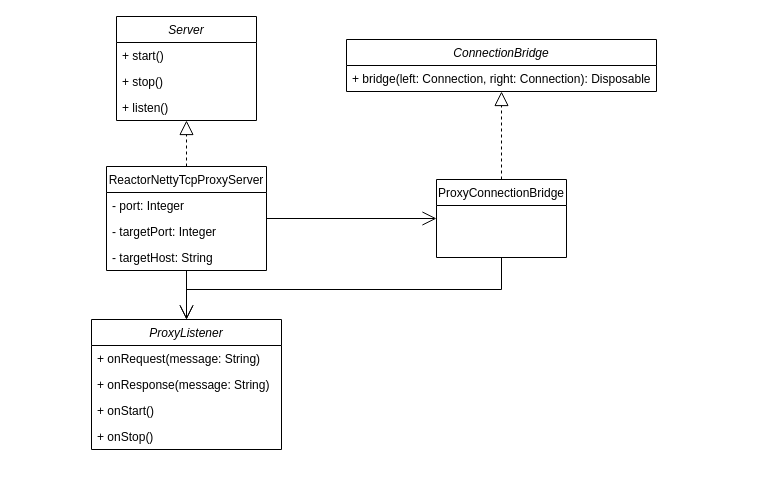
This is src/site/resources/images/proxy_global_classes.drawio from Bernardo-MG/reactor-netty-tcp-proxy-example, a draw.io file, before an edit. Source tidied: cells renumbered, new cells numbered last; positions are measured from the earlier drawing's top-left corner, leaving out a move shared by most shapes. Both pictures are drawn from the tidied source at 100%, with x=0, y=0 at pixel (91, 16).
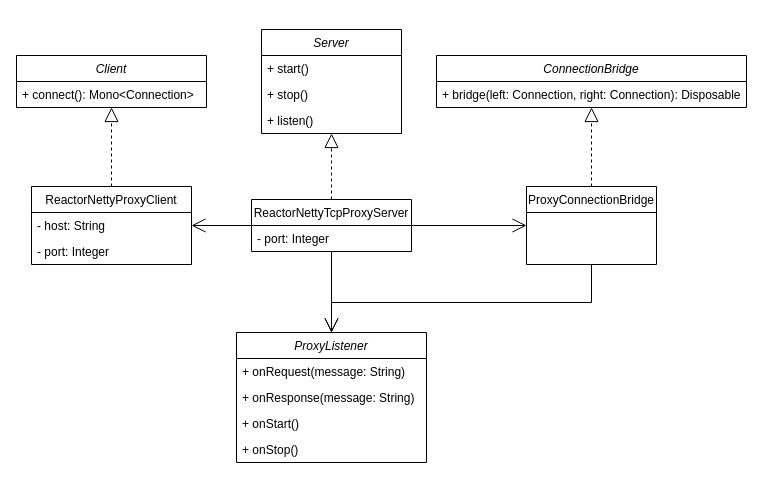
The same diagram, later.

Commit message (it also covers changes not shown here):
Updated server diagram

Change to the diagram source:
```diff
@@
     <mxCell id="2" value="Server" style="swimlane;fontStyle=2;horizontal=1;startSize=26;fillColor=none;" parent="1" vertex="1">
-      <mxGeometry x="25" width="140" height="104" as="geometry" />
+      <mxGeometry x="170" y="13" width="140" height="104" as="geometry" />
     </mxCell>
@@
     <mxCell id="6" value="ReactorNettyTcpProxyServer" style="swimlane;fontStyle=0;horizontal=1;startSize=26;fillColor=none;" parent="1" vertex="1">
-      <mxGeometry x="15" y="150" width="160" height="104" as="geometry" />
+      <mxGeometry x="160" y="183" width="160" height="52" as="geometry" />
     </mxCell>
@@
-    <mxCell id="8" value="- targetPort: Integer" style="text;strokeColor=none;fillColor=none;align=left;verticalAlign=top;spacingLeft=4;spacingRight=4;overflow=hidden;" parent="6" vertex="1">
-      <mxGeometry y="52" width="160" height="26" as="geometry" />
-    </mxCell>
-    <mxCell id="9" value="- targetHost: String" style="text;strokeColor=none;fillColor=none;align=left;verticalAlign=top;spacingLeft=4;spacingRight=4;overflow=hidden;" parent="6" vertex="1">
-      <mxGeometry y="78" width="160" height="26" as="geometry" />
-    </mxCell>
@@
     <mxCell id="11" value="ProxyConnectionBridge" style="swimlane;fontStyle=0;horizontal=1;startSize=26;fillColor=none;" parent="1" vertex="1">
-      <mxGeometry x="345" y="163" width="130" height="78" as="geometry" />
+      <mxGeometry x="435" y="170" width="130" height="78" as="geometry" />
     </mxCell>
@@
     <mxCell id="13" value="ConnectionBridge" style="swimlane;fontStyle=2;horizontal=1;startSize=26;fillColor=none;" parent="1" vertex="1">
-      <mxGeometry x="255" y="23" width="310" height="52" as="geometry" />
+      <mxGeometry x="345" y="39" width="310" height="52" as="geometry" />
     </mxCell>
@@
     <mxCell id="15" value="ProxyListener" style="swimlane;fontStyle=2;horizontal=1;startSize=26;fillColor=none;" parent="1" vertex="1">
-      <mxGeometry y="303" width="190" height="130" as="geometry" />
+      <mxGeometry x="145" y="316" width="190" height="130" as="geometry" />
     </mxCell>
@@
     <mxCell id="20" style="endArrow=open;endFill=1;endSize=12;html=1;rounded=0;entryX=0.5;entryY=0;entryDx=0;entryDy=0;exitX=0.5;exitY=1;exitDx=0;exitDy=0;edgeStyle=orthogonalEdgeStyle;" parent="1" edge="1" source="6" target="15">
       <mxGeometry relative="1" as="geometry">
         <Array as="points">
-          <mxPoint x="95" y="283" />
-          <mxPoint x="95" y="283" />
+          <mxPoint x="240" y="296" />
+          <mxPoint x="240" y="296" />
         </Array>
       </mxGeometry>
     </mxCell>
     <mxCell id="21" style="endArrow=open;endSize=12;html=1;rounded=0;entryX=0.5;entryY=0;entryDx=0;entryDy=0;edgeStyle=orthogonalEdgeStyle;exitX=0.5;exitY=1;exitDx=0;exitDy=0;" parent="1" edge="1" source="11" target="15">
       <mxGeometry relative="1" as="geometry">
         <Array as="points">
-          <mxPoint x="410" y="273" />
-          <mxPoint x="95" y="273" />
+          <mxPoint x="500" y="286" />
+          <mxPoint x="240" y="286" />
         </Array>
       </mxGeometry>
     </mxCell>
@@
+    <mxCell id="23" value="Client" style="swimlane;fontStyle=2;horizontal=1;startSize=26;fillColor=none;" parent="1" vertex="1">
+      <mxGeometry x="-75" y="39" width="190" height="52" as="geometry" />
+    </mxCell>
+    <mxCell id="24" value="+ connect(): Mono&lt;Connection&gt;" style="text;strokeColor=none;fillColor=none;align=left;verticalAlign=top;spacingLeft=4;spacingRight=4;overflow=hidden;" parent="23" vertex="1">
+      <mxGeometry y="26" width="190" height="26" as="geometry" />
+    </mxCell>
+    <mxCell id="25" value="ReactorNettyProxyClient" style="swimlane;fontStyle=0;horizontal=1;startSize=26;fillColor=none;" parent="1" vertex="1">
+      <mxGeometry x="-60" y="170" width="160" height="78" as="geometry" />
+    </mxCell>
+    <mxCell id="26" value="- host: String" style="text;strokeColor=none;fillColor=none;align=left;verticalAlign=top;spacingLeft=4;spacingRight=4;overflow=hidden;" parent="25" vertex="1">
+      <mxGeometry y="26" width="160" height="26" as="geometry" />
+    </mxCell>
+    <mxCell id="27" value="- port: Integer" style="text;strokeColor=none;fillColor=none;align=left;verticalAlign=top;spacingLeft=4;spacingRight=4;overflow=hidden;" parent="25" vertex="1">
+      <mxGeometry y="52" width="160" height="26" as="geometry" />
+    </mxCell>
+    <mxCell id="28" style="endArrow=block;dashed=1;endFill=0;endSize=12;html=1;rounded=0;exitX=0.5;exitY=0;exitDx=0;exitDy=0;entryX=0.5;entryY=1;entryDx=0;entryDy=0;" parent="1" edge="1" source="25" target="23">
+      <mxGeometry relative="1" as="geometry" />
+    </mxCell>
+    <mxCell id="29" style="endArrow=open;endFill=1;endSize=12;html=1;rounded=0;exitX=0;exitY=0.5;exitDx=0;exitDy=0;entryX=1;entryY=0.5;entryDx=0;entryDy=0;" parent="1" edge="1" source="6" target="25">
+      <mxGeometry relative="1" as="geometry" />
+    </mxCell>
```
